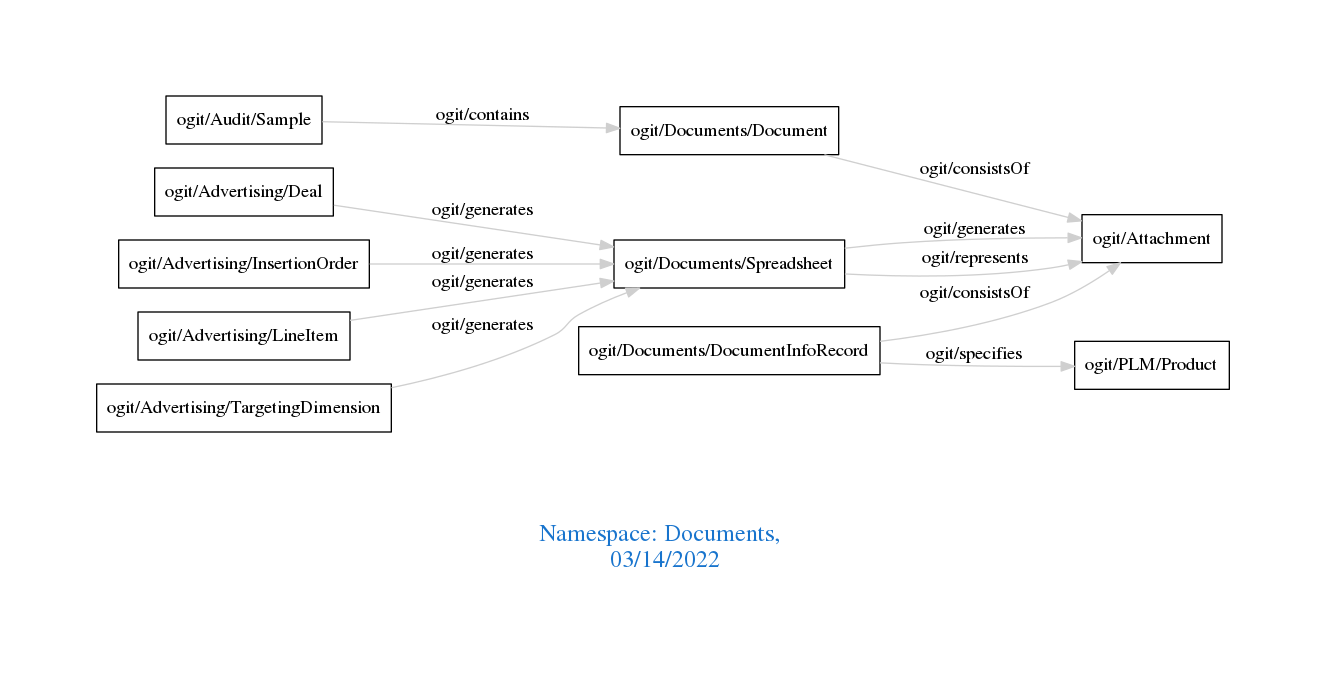
Earlier version of the Graphviz export downloads/Documents.png (arago/OGIT). Its source is kept beside it as downloads/Documents.dot.
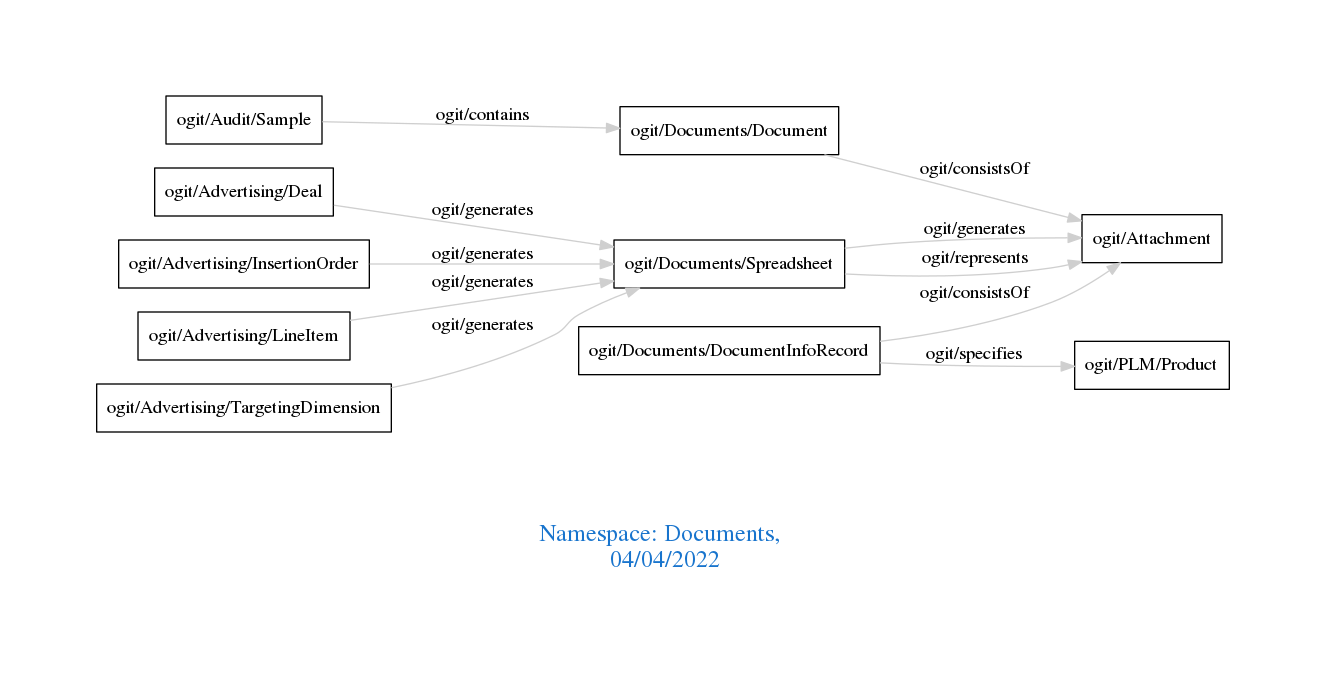
Later version of the same file.

Diff of the diagram source:
```diff
@@ -1,7 +1,7 @@
 digraph OGIT_ontology {
  graph [ rankdir= LR,pad=1
 fontsize = 18,
-fontcolor= dodgerblue3,label = "\n\n\nNamespace: Documents, \n 03/14/2022"];
+fontcolor= dodgerblue3,label = "\n\n\nNamespace: Documents, \n 04/04/2022"];
 node[shape=polygon];
 edge [  color="gray81"];
 
```
